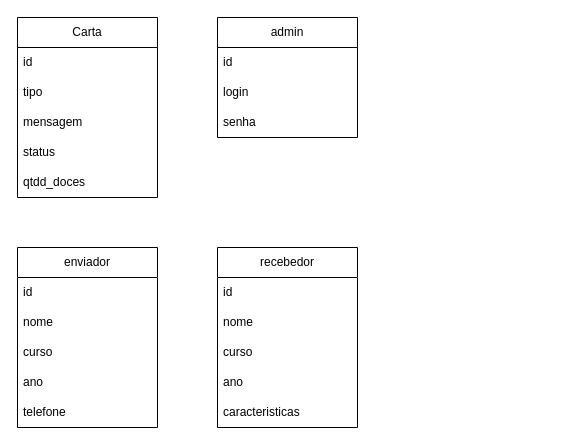
Above: diagramas/der.drawio in sousa-p/correio-elegante (draw.io), before the change. Source tidied: cells renumbered, new cells numbered last; positions are measured from the earlier drawing's top-left corner, leaving out a move shared by most shapes. Both pictures are drawn from the tidied source at 100%, with x=0, y=0 at pixel (17, 17).
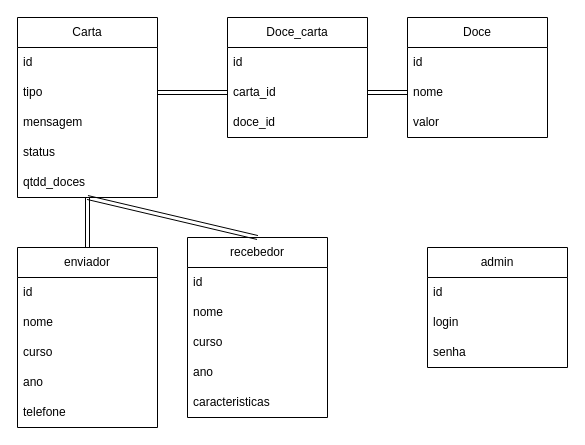
After the change.

Commit message (it also covers changes not shown here):
Feature configs auth.php

The change refers to these unchanged cells:
```xml
<mxCell id="4" value="tipo" style="text;strokeColor=none;fillColor=none;align=left;verticalAlign=middle;spacingLeft=4;spacingRight=4;overflow=hidden;points=[[0,0.5],[1,0.5]];portConstraint=eastwest;whiteSpace=wrap;html=1;" parent="2" vertex="1">
  <mxGeometry y="60" width="140" height="30" as="geometry" />
</mxCell>
<mxCell id="7" value="qtdd_doces" style="text;strokeColor=none;fillColor=none;align=left;verticalAlign=middle;spacingLeft=4;spacingRight=4;overflow=hidden;points=[[0,0.5],[1,0.5]];portConstraint=eastwest;whiteSpace=wrap;html=1;" parent="2" vertex="1">
  <mxGeometry y="150" width="140" height="30" as="geometry" />
</mxCell>
<mxCell id="18" value="enviador" style="swimlane;fontStyle=0;horizontal=1;startSize=30;whiteSpace=wrap;html=1;" parent="1" vertex="1">
  <mxGeometry y="230" width="140" height="180" as="geometry" />
</mxCell>
```

The edit, as a diff of the source:
```diff
@@
     <mxCell id="8" value="admin" style="swimlane;fontStyle=0;horizontal=1;startSize=30;whiteSpace=wrap;html=1;" parent="1" vertex="1">
-      <mxGeometry x="200" width="140" height="120" as="geometry" />
+      <mxGeometry x="410" y="230" width="140" height="120" as="geometry" />
     </mxCell>
@@
     <mxCell id="12" value="recebedor" style="swimlane;fontStyle=0;horizontal=1;startSize=30;whiteSpace=wrap;html=1;" parent="1" vertex="1">
-      <mxGeometry x="200" y="230" width="140" height="180" as="geometry" />
+      <mxGeometry x="170" y="220" width="140" height="180" as="geometry" />
     </mxCell>
@@
+    <mxCell id="24" style="edgeStyle=none;shape=link;html=1;" parent="1" edge="1" source="18" target="7">
+      <mxGeometry relative="1" as="geometry" />
+    </mxCell>
@@
+    <mxCell id="25" value="Doce" style="swimlane;fontStyle=0;horizontal=1;startSize=30;whiteSpace=wrap;html=1;" parent="1" vertex="1">
+      <mxGeometry x="390" width="140" height="120" as="geometry" />
+    </mxCell>
+    <mxCell id="26" value="id" style="text;strokeColor=none;fillColor=none;align=left;verticalAlign=middle;spacingLeft=4;spacingRight=4;overflow=hidden;whiteSpace=wrap;html=1;" parent="25" vertex="1">
+      <mxGeometry y="30" width="140" height="30" as="geometry" />
+    </mxCell>
+    <mxCell id="27" value="nome" style="text;strokeColor=none;fillColor=none;align=left;verticalAlign=middle;spacingLeft=4;spacingRight=4;overflow=hidden;points=[[0,0.5],[1,0.5]];portConstraint=eastwest;whiteSpace=wrap;html=1;" parent="25" vertex="1">
+      <mxGeometry y="60" width="140" height="30" as="geometry" />
+    </mxCell>
+    <mxCell id="28" value="valor" style="text;strokeColor=none;fillColor=none;align=left;verticalAlign=middle;spacingLeft=4;spacingRight=4;overflow=hidden;whiteSpace=wrap;html=1;" parent="25" vertex="1">
+      <mxGeometry y="90" width="140" height="30" as="geometry" />
+    </mxCell>
+    <mxCell id="29" value="Doce_carta" style="swimlane;fontStyle=0;horizontal=1;startSize=30;whiteSpace=wrap;html=1;" parent="1" vertex="1">
+      <mxGeometry x="210" width="140" height="120" as="geometry" />
+    </mxCell>
+    <mxCell id="30" value="id" style="text;strokeColor=none;fillColor=none;align=left;verticalAlign=middle;spacingLeft=4;spacingRight=4;overflow=hidden;whiteSpace=wrap;html=1;" parent="29" vertex="1">
+      <mxGeometry y="30" width="140" height="30" as="geometry" />
+    </mxCell>
+    <mxCell id="31" value="carta_id" style="text;strokeColor=none;fillColor=none;align=left;verticalAlign=middle;spacingLeft=4;spacingRight=4;overflow=hidden;points=[[0,0.5],[1,0.5]];portConstraint=eastwest;whiteSpace=wrap;html=1;" parent="29" vertex="1">
+      <mxGeometry y="60" width="140" height="30" as="geometry" />
+    </mxCell>
+    <mxCell id="32" value="doce_id" style="text;strokeColor=none;fillColor=none;align=left;verticalAlign=middle;spacingLeft=4;spacingRight=4;overflow=hidden;whiteSpace=wrap;html=1;" parent="29" vertex="1">
+      <mxGeometry y="90" width="140" height="30" as="geometry" />
+    </mxCell>
+    <mxCell id="33" style="edgeStyle=none;shape=link;html=1;entryX=0;entryY=0.5;entryDx=0;entryDy=0;" parent="1" edge="1" source="4" target="31">
+      <mxGeometry relative="1" as="geometry" />
+    </mxCell>
+    <mxCell id="34" style="edgeStyle=none;shape=link;html=1;entryX=0;entryY=0.5;entryDx=0;entryDy=0;" parent="1" edge="1" source="31" target="27">
+      <mxGeometry relative="1" as="geometry" />
+    </mxCell>
+    <mxCell id="35" style="edgeStyle=none;shape=link;html=1;entryX=0.5;entryY=0;entryDx=0;entryDy=0;" parent="1" edge="1" target="12">
+      <mxGeometry relative="1" as="geometry">
+        <mxPoint x="70" y="180" as="sourcePoint" />
+      </mxGeometry>
+    </mxCell>
```
